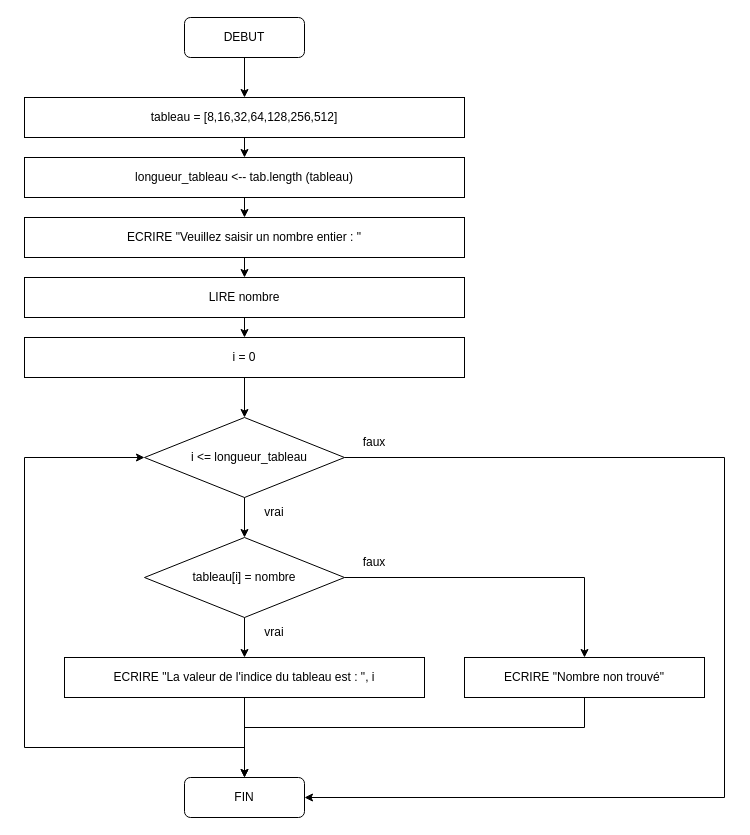
Above: 01 ALGORITHMIQUE/4.1 Rechercher un nombre dans un tableau.drawio in D-CRAVO/FORMATION-DWWM-2022 (draw.io), before the change. Source tidied: cells renumbered, new cells numbered last; positions are measured from the earlier drawing's top-left corner, leaving out a move shared by most shapes. Both pictures are drawn from the tidied source at 100%, with x=0, y=0 at pixel (24, 17).
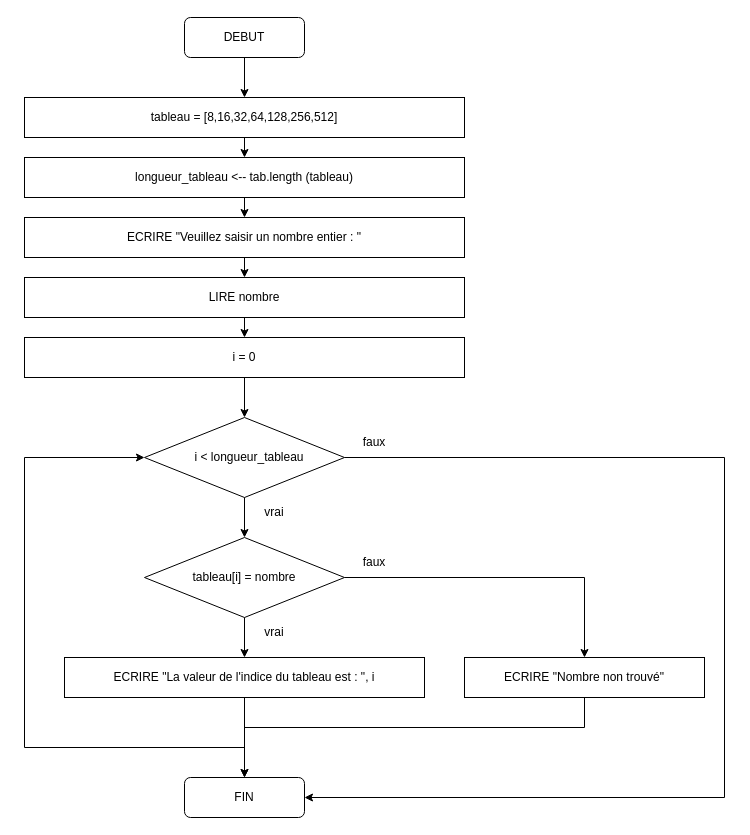
After the change.

What changed in the source:
```diff
@@
-    <mxCell id="22" value="i &amp;lt;= longueur_tableau" style="text;html=1;strokeColor=none;fillColor=none;align=center;verticalAlign=middle;whiteSpace=wrap;rounded=0;" parent="1" vertex="1">
+    <mxCell id="22" value="i &amp;lt; longueur_tableau" style="text;html=1;strokeColor=none;fillColor=none;align=center;verticalAlign=middle;whiteSpace=wrap;rounded=0;" parent="1" vertex="1">
       <mxGeometry x="160" y="425" width="130" height="30" as="geometry" />
     </mxCell>
```
